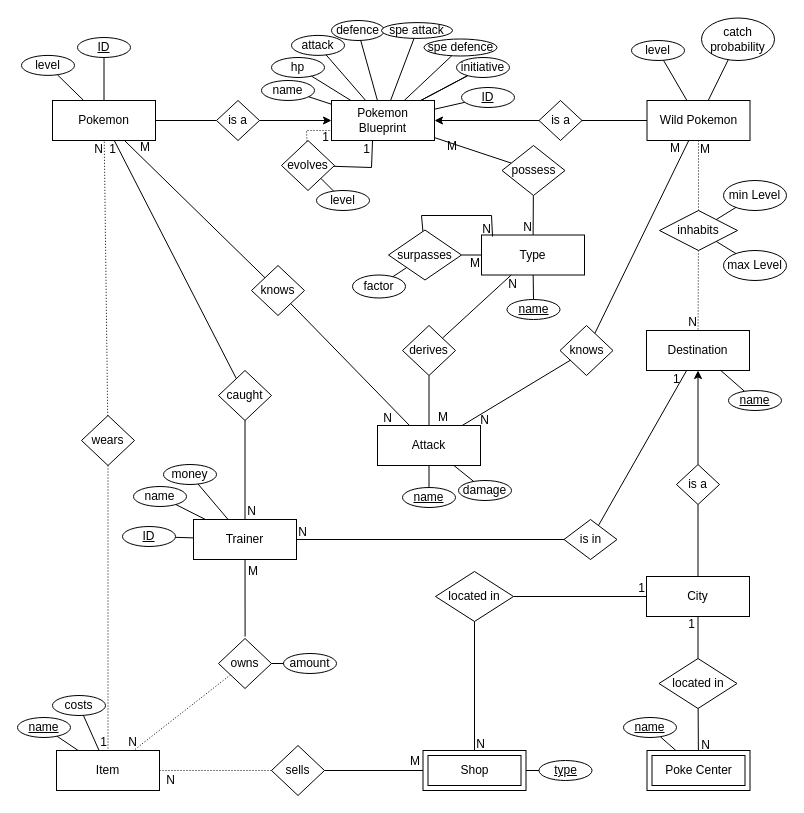
mypictur3esforu/Pokemon-Scuffed-Grey keeps this draw.io diagram as Projekt/Pokemon Scuffed Grey.drawio. Above is the earlier version. Source tidied: cells renumbered, new cells numbered last; positions are measured from the earlier drawing's top-left corner, leaving out a move shared by most shapes. Both pictures are drawn from the tidied source at 100%, with x=0, y=0 at pixel (17, 17).
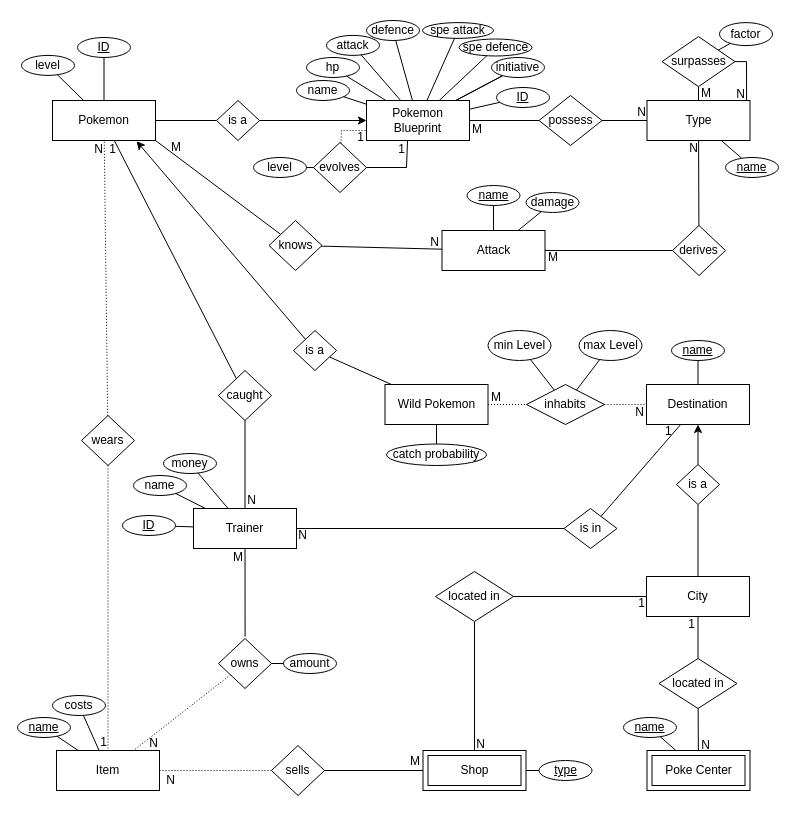
After the change.

Unchanged cells that the change refers to:
```xml
<mxCell id="3" value="Pokemon" style="whiteSpace=wrap;html=1;align=center;" parent="1" vertex="1">
  <mxGeometry x="35" y="83" width="103" height="40" as="geometry" />
</mxCell>
<mxCell id="20" style="endArrow=none;html=1;rounded=0;" parent="1" edge="1" target="7">
  <mxGeometry relative="1" as="geometry">
    <mxPoint x="227.6" y="619.1" as="sourcePoint" />
  </mxGeometry>
</mxCell>
<mxCell id="23" style="endArrow=none;html=1;rounded=0;" parent="1" edge="1" source="27" target="8">
  <mxGeometry relative="1" as="geometry" />
</mxCell>
<mxCell id="32" style="endArrow=none;html=1;rounded=0;" parent="1" edge="1" source="6" target="34">
  <mxGeometry relative="1" as="geometry" />
</mxCell>
<mxCell id="35" style="endArrow=none;html=1;rounded=0;" parent="1" edge="1" source="34" target="7">
  <mxGeometry relative="1" as="geometry" />
</mxCell>
<mxCell id="40" style="endArrow=none;html=1;rounded=0;dashed=1;dashPattern=1 2;" parent="1" edge="1" source="19" target="18">
  <mxGeometry relative="1" as="geometry" />
</mxCell>
<mxCell id="44" style="endArrow=none;html=1;rounded=0;" parent="1" edge="1" source="17" target="9">
  <mxGeometry relative="1" as="geometry" />
</mxCell>
<mxCell id="54" style="endArrow=none;html=1;rounded=0;elbow=vertical;" parent="1" edge="1" source="129" target="56">
  <mxGeometry relative="1" as="geometry" />
</mxCell>
<mxCell id="59" style="endArrow=none;html=1;rounded=0;elbow=vertical;" parent="1" edge="1" source="50" target="61">
  <mxGeometry relative="1" as="geometry" />
</mxCell>
<mxCell id="62" style="endArrow=none;html=1;rounded=0;dashed=1;dashPattern=1 2;elbow=vertical;" parent="1" edge="1" source="66" target="6">
  <mxGeometry relative="1" as="geometry" />
</mxCell>
<mxCell id="64" style="endArrow=none;html=1;rounded=0;dashed=1;dashPattern=1 2;elbow=vertical;" parent="1" edge="1" source="4" target="66">
  <mxGeometry relative="1" as="geometry" />
</mxCell>
<mxCell id="110" style="endArrow=none;html=1;rounded=0;elbow=vertical;" parent="1" edge="1" source="109" target="50">
  <mxGeometry relative="1" as="geometry" />
</mxCell>
<mxCell id="112" style="endArrow=none;html=1;rounded=0;elbow=vertical;" parent="1" edge="1" source="8" target="109">
  <mxGeometry relative="1" as="geometry" />
</mxCell>
```

Change to the diagram source:
```diff
@@
     <mxCell id="2" value="is a" style="shape=rhombus;perimeter=rhombusPerimeter;whiteSpace=wrap;html=1;align=center;" parent="1" vertex="1">
-      <mxGeometry x="521.5" y="83" width="43" height="40" as="geometry" />
+      <mxGeometry x="276" y="313" width="43" height="40" as="geometry" />
     </mxCell>
@@
     <mxCell id="4" value="Wild Pokemon" style="whiteSpace=wrap;html=1;align=center;" parent="1" vertex="1">
-      <mxGeometry x="629.5" y="83" width="103" height="40" as="geometry" />
+      <mxGeometry x="367.5" y="367" width="103" height="40" as="geometry" />
     </mxCell>
@@
     <mxCell id="6" value="Destination" style="whiteSpace=wrap;html=1;align=center;" parent="1" vertex="1">
-      <mxGeometry x="629" y="313" width="103" height="40" as="geometry" />
+      <mxGeometry x="629" y="367" width="103" height="40" as="geometry" />
     </mxCell>
     <mxCell id="7" value="Trainer" style="whiteSpace=wrap;html=1;align=center;" parent="1" vertex="1">
-      <mxGeometry x="176" y="502" width="103" height="40" as="geometry" />
+      <mxGeometry x="176" y="491" width="103" height="40" as="geometry" />
     </mxCell>
     <mxCell id="8" value="Attack" style="whiteSpace=wrap;html=1;align=center;" parent="1" vertex="1">
-      <mxGeometry x="360" y="408" width="103" height="40" as="geometry" />
+      <mxGeometry x="424.5" y="213" width="103" height="40" as="geometry" />
     </mxCell>
@@
     <mxCell id="21" value="M" style="html=1;whiteSpace=wrap;align=right;verticalAlign=bottom;" parent="20" vertex="1">
       <mxGeometry x="1" relative="1" as="geometry">
-        <mxPoint x="14" y="20" as="offset" />
+        <mxPoint x="-1" y="17" as="offset" />
       </mxGeometry>
     </mxCell>
@@
     <mxCell id="24" value="N" style="html=1;whiteSpace=wrap;align=right;verticalAlign=bottom;" parent="23" vertex="1">
       <mxGeometry x="1" relative="1" as="geometry">
-        <mxPoint x="-16" y="1" as="offset" />
+        <mxPoint x="-2" y="1" as="offset" />
       </mxGeometry>
     </mxCell>
-    <mxCell id="25" style="endArrow=none;html=1;rounded=0;" parent="1" edge="1" source="3" target="27">
+    <mxCell id="25" style="endArrow=none;html=1;rounded=0;exitX=1;exitY=1;exitDx=0;exitDy=0;" parent="1" edge="1" source="3" target="27">
       <mxGeometry relative="1" as="geometry" />
     </mxCell>
@@
     <mxCell id="27" value="knows" style="shape=rhombus;perimeter=rhombusPerimeter;whiteSpace=wrap;html=1;align=center;" parent="1" vertex="1">
-      <mxGeometry x="234" y="248" width="53" height="50" as="geometry" />
+      <mxGeometry x="251.5" y="203" width="53" height="50" as="geometry" />
     </mxCell>
@@
     <mxCell id="33" value="1" style="html=1;whiteSpace=wrap;align=left;verticalAlign=bottom;" parent="32" vertex="1">
       <mxGeometry x="-1" relative="1" as="geometry">
-        <mxPoint x="-15" y="17" as="offset" />
+        <mxPoint x="-17" y="15" as="offset" />
       </mxGeometry>
     </mxCell>
     <mxCell id="34" value="is in" style="shape=rhombus;perimeter=rhombusPerimeter;whiteSpace=wrap;html=1;align=center;" parent="1" vertex="1">
-      <mxGeometry x="546.5" y="502" width="53" height="40" as="geometry" />
+      <mxGeometry x="546.5" y="491" width="53" height="40" as="geometry" />
     </mxCell>
@@
     <mxCell id="36" value="N" style="html=1;whiteSpace=wrap;align=right;verticalAlign=bottom;" parent="35" vertex="1">
       <mxGeometry x="1" relative="1" as="geometry">
-        <mxPoint x="12" y="1" as="offset" />
+        <mxPoint x="12" y="15" as="offset" />
       </mxGeometry>
     </mxCell>
@@
     <mxCell id="41" value="N" style="html=1;whiteSpace=wrap;align=right;verticalAlign=bottom;" parent="40" vertex="1">
       <mxGeometry x="1" relative="1" as="geometry">
-        <mxPoint x="5" as="offset" />
+        <mxPoint x="26" y="1" as="offset" />
       </mxGeometry>
     </mxCell>
@@
     <mxCell id="45" value="1" style="html=1;whiteSpace=wrap;align=right;verticalAlign=bottom;" parent="44" vertex="1">
-      <mxGeometry x="1" relative="1" as="geometry" />
+      <mxGeometry x="1" relative="1" as="geometry">
+        <mxPoint y="15" as="offset" />
+      </mxGeometry>
     </mxCell>
@@
     <mxCell id="50" value="Type" style="whiteSpace=wrap;html=1;align=center;" parent="1" vertex="1">
-      <mxGeometry x="464" y="217.5" width="103" height="40" as="geometry" />
+      <mxGeometry x="629.5" y="83" width="103" height="40" as="geometry" />
     </mxCell>
@@
     <mxCell id="55" value="M" style="html=1;whiteSpace=wrap;align=left;verticalAlign=bottom;" parent="54" vertex="1">
       <mxGeometry x="-1" relative="1" as="geometry">
-        <mxPoint x="11" y="17" as="offset" />
+        <mxPoint x="1" y="17" as="offset" />
       </mxGeometry>
     </mxCell>
     <mxCell id="56" value="possess" style="shape=rhombus;perimeter=rhombusPerimeter;whiteSpace=wrap;html=1;align=center;" parent="1" vertex="1">
-      <mxGeometry x="484.5" y="128" width="63" height="50" as="geometry" />
+      <mxGeometry x="521.5" y="78" width="63" height="50" as="geometry" />
     </mxCell>
-    <mxCell id="57" style="endArrow=none;html=1;rounded=0;elbow=vertical;entryX=0.107;entryY=0.038;entryDx=0;entryDy=0;entryPerimeter=0;" parent="1" edge="1" source="61" target="50">
+    <mxCell id="57" style="endArrow=none;html=1;rounded=0;elbow=vertical;entryX=0.967;entryY=0.011;entryDx=0;entryDy=0;entryPerimeter=0;" parent="1" edge="1" source="61" target="50">
       <mxGeometry relative="1" as="geometry">
         <Array as="points">
-          <mxPoint x="404" y="198" />
-          <mxPoint x="474" y="198" />
+          <mxPoint x="729" y="44.1" />
         </Array>
       </mxGeometry>
     </mxCell>
@@
     <mxCell id="60" value="M" style="html=1;whiteSpace=wrap;align=left;verticalAlign=bottom;" parent="59" vertex="1">
       <mxGeometry x="-1" relative="1" as="geometry">
-        <mxPoint x="-13" y="16" as="offset" />
+        <mxPoint x="1" y="1" as="offset" />
       </mxGeometry>
     </mxCell>
     <mxCell id="61" value="surpasses" style="shape=rhombus;perimeter=rhombusPerimeter;whiteSpace=wrap;html=1;align=center;" parent="1" vertex="1">
-      <mxGeometry x="371" y="212.5" width="73" height="50" as="geometry" />
+      <mxGeometry x="644.5" y="19.1" width="73" height="50" as="geometry" />
     </mxCell>
@@
     <mxCell id="63" value="N" style="html=1;whiteSpace=wrap;align=right;verticalAlign=bottom;" parent="62" vertex="1">
-      <mxGeometry x="1" relative="1" as="geometry" />
+      <mxGeometry x="1" relative="1" as="geometry">
+        <mxPoint x="-1" y="16" as="offset" />
+      </mxGeometry>
     </mxCell>
@@
     <mxCell id="65" value="M" style="html=1;whiteSpace=wrap;align=left;verticalAlign=bottom;" parent="64" vertex="1">
       <mxGeometry x="-1" relative="1" as="geometry">
-        <mxPoint y="17" as="offset" />
+        <mxPoint x="1" y="1" as="offset" />
       </mxGeometry>
     </mxCell>
     <mxCell id="66" value="inhabits" style="shape=rhombus;perimeter=rhombusPerimeter;whiteSpace=wrap;html=1;align=center;" parent="1" vertex="1">
-      <mxGeometry x="642" y="193" width="78" height="40" as="geometry" />
+      <mxGeometry x="509" y="367" width="78" height="40" as="geometry" />
     </mxCell>
@@
     <mxCell id="73" value="factor" style="ellipse;whiteSpace=wrap;html=1;align=center;" parent="1" vertex="1">
-      <mxGeometry x="335" y="257.5" width="53" height="23" as="geometry" />
+      <mxGeometry x="702" y="5.1" width="53" height="23" as="geometry" />
     </mxCell>
@@
     <mxCell id="75" value="hp" style="ellipse;whiteSpace=wrap;html=1;align=center;" parent="1" vertex="1">
-      <mxGeometry x="254" y="40" width="53" height="20" as="geometry" />
+      <mxGeometry x="289" y="40" width="53" height="20" as="geometry" />
     </mxCell>
@@
     <mxCell id="77" value="attack" style="ellipse;whiteSpace=wrap;html=1;align=center;" parent="1" vertex="1">
-      <mxGeometry x="274" y="17.9" width="53" height="20" as="geometry" />
+      <mxGeometry x="309" y="17.9" width="53" height="20" as="geometry" />
     </mxCell>
@@
     <mxCell id="79" value="defence" style="ellipse;whiteSpace=wrap;html=1;align=center;" parent="1" vertex="1">
-      <mxGeometry x="314" y="3" width="53" height="20" as="geometry" />
+      <mxGeometry x="349" y="3" width="53" height="20" as="geometry" />
     </mxCell>
@@
-    <mxCell id="81" value="catch&lt;div&gt;probability&lt;/div&gt;" style="ellipse;whiteSpace=wrap;html=1;align=center;" parent="1" vertex="1">
-      <mxGeometry x="684" y="0.5" width="73" height="42.5" as="geometry" />
+    <mxCell id="81" value="catch&amp;nbsp;&lt;span style=&quot;background-color: transparent; color: light-dark(rgb(0, 0, 0), rgb(255, 255, 255));&quot;&gt;probability&lt;/span&gt;" style="ellipse;whiteSpace=wrap;html=1;align=center;" parent="1" vertex="1">
+      <mxGeometry x="369" y="426.5" width="100" height="21.5" as="geometry" />
     </mxCell>
@@
     <mxCell id="85" value="min Level" style="ellipse;whiteSpace=wrap;html=1;align=center;" parent="1" vertex="1">
-      <mxGeometry x="706" y="163" width="63" height="30" as="geometry" />
+      <mxGeometry x="470.5" y="313" width="63" height="30" as="geometry" />
     </mxCell>
@@
     <mxCell id="87" value="name" style="ellipse;whiteSpace=wrap;html=1;align=center;" parent="1" vertex="1">
-      <mxGeometry x="244" y="63" width="53" height="20" as="geometry" />
+      <mxGeometry x="279" y="63" width="53" height="20" as="geometry" />
     </mxCell>
@@
     <mxCell id="91" value="name" style="ellipse;whiteSpace=wrap;html=1;align=center;" parent="1" vertex="1">
-      <mxGeometry x="116" y="469" width="53" height="20" as="geometry" />
+      <mxGeometry x="116" y="458" width="53" height="20" as="geometry" />
     </mxCell>
@@
     <mxCell id="96" value="ID" style="ellipse;whiteSpace=wrap;html=1;align=center;fontStyle=4;" parent="1" vertex="1">
-      <mxGeometry x="105" y="509" width="53" height="20" as="geometry" />
+      <mxGeometry x="105" y="498" width="53" height="20" as="geometry" />
     </mxCell>
-    <mxCell id="97" style="endArrow=none;html=1;rounded=0;elbow=vertical;" parent="1" edge="1" source="8" target="98">
+    <mxCell id="97" style="endArrow=none;html=1;rounded=0;elbow=vertical;entryX=0.5;entryY=0;entryDx=0;entryDy=0;" parent="1" edge="1" source="8" target="98">
       <mxGeometry relative="1" as="geometry" />
     </mxCell>
     <mxCell id="98" value="name" style="ellipse;whiteSpace=wrap;html=1;align=center;fontStyle=4;" parent="1" vertex="1">
-      <mxGeometry x="385" y="470" width="53" height="20" as="geometry" />
+      <mxGeometry x="449.5" y="168" width="53" height="20" as="geometry" />
     </mxCell>
@@
     <mxCell id="100" value="max Level" style="ellipse;whiteSpace=wrap;html=1;align=center;" parent="1" vertex="1">
-      <mxGeometry x="706" y="233" width="63" height="30" as="geometry" />
+      <mxGeometry x="561.5" y="313" width="63" height="30" as="geometry" />
     </mxCell>
@@
     <mxCell id="102" value="name" style="ellipse;whiteSpace=wrap;html=1;align=center;fontStyle=4;" parent="1" vertex="1">
-      <mxGeometry x="489.5" y="282" width="53" height="20" as="geometry" />
+      <mxGeometry x="708" y="140" width="53" height="20" as="geometry" />
     </mxCell>
     <mxCell id="103" value="money" style="ellipse;whiteSpace=wrap;html=1;align=center;" parent="1" vertex="1">
-      <mxGeometry x="146" y="447" width="53" height="20" as="geometry" />
+      <mxGeometry x="146" y="436" width="53" height="20" as="geometry" />
     </mxCell>
@@
     <mxCell id="107" value="name" style="ellipse;whiteSpace=wrap;html=1;align=center;fontStyle=4;" parent="1" vertex="1">
-      <mxGeometry x="711" y="373" width="53" height="20" as="geometry" />
+      <mxGeometry x="654" y="323" width="53" height="20" as="geometry" />
     </mxCell>
@@
     <mxCell id="109" value="derives" style="shape=rhombus;perimeter=rhombusPerimeter;whiteSpace=wrap;html=1;align=center;" parent="1" vertex="1">
-      <mxGeometry x="385" y="308" width="53" height="50" as="geometry" />
+      <mxGeometry x="655" y="208" width="53" height="50" as="geometry" />
     </mxCell>
@@
     <mxCell id="111" value="N" style="html=1;whiteSpace=wrap;align=right;verticalAlign=bottom;" parent="110" vertex="1">
       <mxGeometry x="1" relative="1" as="geometry">
-        <mxPoint x="8" y="17" as="offset" />
+        <mxPoint x="1" y="16" as="offset" />
       </mxGeometry>
     </mxCell>
@@
     <mxCell id="113" value="M" style="html=1;whiteSpace=wrap;align=left;verticalAlign=bottom;" parent="112" vertex="1">
       <mxGeometry x="-1" relative="1" as="geometry">
-        <mxPoint x="7" as="offset" />
+        <mxPoint x="1" y="15" as="offset" />
       </mxGeometry>
     </mxCell>
@@
     <mxCell id="118" value="damage" style="ellipse;whiteSpace=wrap;html=1;align=center;" parent="1" vertex="1">
-      <mxGeometry x="441" y="463" width="53" height="20" as="geometry" />
+      <mxGeometry x="508.5" y="175" width="53" height="20" as="geometry" />
     </mxCell>
@@
     <mxCell id="122" value="evolves" style="shape=rhombus;perimeter=rhombusPerimeter;whiteSpace=wrap;html=1;align=center;direction=south;" parent="1" vertex="1">
-      <mxGeometry x="264" y="123" width="53" height="50" as="geometry" />
+      <mxGeometry x="296" y="125" width="53" height="50" as="geometry" />
     </mxCell>
     <mxCell id="123" style="endArrow=none;html=1;rounded=0;dashed=1;dashPattern=1 2;entryX=0;entryY=0.75;entryDx=0;entryDy=0;" parent="1" edge="1" source="122" target="129">
       <mxGeometry relative="1" as="geometry">
         <Array as="points">
-          <mxPoint x="289" y="113" />
+          <mxPoint x="324" y="113" />
         </Array>
       </mxGeometry>
     </mxCell>
@@
     <mxCell id="125" style="endArrow=none;html=1;rounded=0;entryX=0.4;entryY=0.9;entryDx=0;entryDy=0;entryPerimeter=0;" parent="1" edge="1" source="122" target="129">
       <mxGeometry relative="1" as="geometry">
         <Array as="points">
-          <mxPoint x="354" y="150" />
+          <mxPoint x="389" y="150" />
         </Array>
       </mxGeometry>
     </mxCell>
@@
     <mxCell id="127" value="level" style="ellipse;whiteSpace=wrap;html=1;align=center;" parent="1" vertex="1">
-      <mxGeometry x="299" y="173" width="53" height="20" as="geometry" />
+      <mxGeometry x="236" y="140" width="53" height="20" as="geometry" />
     </mxCell>
@@
     <mxCell id="129" value="Pokemon Blueprint" style="whiteSpace=wrap;html=1;align=center;" parent="1" vertex="1">
-      <mxGeometry x="314" y="83" width="103" height="40" as="geometry" />
+      <mxGeometry x="349" y="83" width="103" height="40" as="geometry" />
     </mxCell>
-    <mxCell id="130" style="endArrow=classic;html=1;rounded=0;" parent="1" edge="1" source="2" target="129">
+    <mxCell id="130" style="endArrow=classic;html=1;rounded=0;entryX=0.816;entryY=1.017;entryDx=0;entryDy=0;entryPerimeter=0;" parent="1" edge="1" source="2" target="3">
       <mxGeometry relative="1" as="geometry" />
     </mxCell>
@@
     <mxCell id="136" value="spe defence" style="ellipse;whiteSpace=wrap;html=1;align=center;" parent="1" vertex="1">
-      <mxGeometry x="406.5" y="21.5" width="73" height="17" as="geometry" />
+      <mxGeometry x="441.5" y="21.5" width="73" height="17" as="geometry" />
     </mxCell>
@@
     <mxCell id="138" value="spe attack" style="ellipse;whiteSpace=wrap;html=1;align=center;" parent="1" vertex="1">
-      <mxGeometry x="364" y="5.1" width="71" height="15.8" as="geometry" />
+      <mxGeometry x="405" y="5.1" width="71" height="15.8" as="geometry" />
     </mxCell>
@@
     <mxCell id="140" value="ID" style="ellipse;whiteSpace=wrap;html=1;align=center;fontStyle=4;" parent="1" vertex="1">
-      <mxGeometry x="444" y="70" width="53" height="20" as="geometry" />
+      <mxGeometry x="479" y="70" width="53" height="20" as="geometry" />
     </mxCell>
@@
     <mxCell id="142" value="initiative" style="ellipse;whiteSpace=wrap;html=1;align=center;" parent="1" vertex="1">
-      <mxGeometry x="439" y="40" width="53" height="20" as="geometry" />
+      <mxGeometry x="474" y="40" width="53" height="20" as="geometry" />
     </mxCell>
-    <mxCell id="143" value="level" style="ellipse;whiteSpace=wrap;html=1;align=center;" parent="1" vertex="1">
-      <mxGeometry x="614" y="23" width="53" height="20" as="geometry" />
-    </mxCell>
-    <mxCell id="144" style="endArrow=none;html=1;rounded=0;elbow=vertical;" parent="1" edge="1" source="143" target="4">
-      <mxGeometry relative="1" as="geometry" />
-    </mxCell>
-    <mxCell id="145" value="knows" style="shape=rhombus;perimeter=rhombusPerimeter;whiteSpace=wrap;html=1;align=center;" parent="1" vertex="1">
-      <mxGeometry x="542.5" y="308" width="53" height="50" as="geometry" />
-    </mxCell>
-    <mxCell id="146" style="endArrow=none;html=1;rounded=0;" parent="1" edge="1" source="4" target="145">
-      <mxGeometry relative="1" as="geometry" />
-    </mxCell>
-    <mxCell id="147" value="M" style="html=1;whiteSpace=wrap;align=left;verticalAlign=bottom;" parent="146" vertex="1">
-      <mxGeometry x="-1" relative="1" as="geometry">
-        <mxPoint x="-20" y="16" as="offset" />
-      </mxGeometry>
-    </mxCell>
-    <mxCell id="148" style="endArrow=none;html=1;rounded=0;" parent="1" edge="1" source="145" target="8">
-      <mxGeometry relative="1" as="geometry" />
-    </mxCell>
-    <mxCell id="149" value="N" style="html=1;whiteSpace=wrap;align=right;verticalAlign=bottom;" parent="148" vertex="1">
-      <mxGeometry x="1" relative="1" as="geometry">
-        <mxPoint x="28" y="3" as="offset" />
-      </mxGeometry>
-    </mxCell>
```
